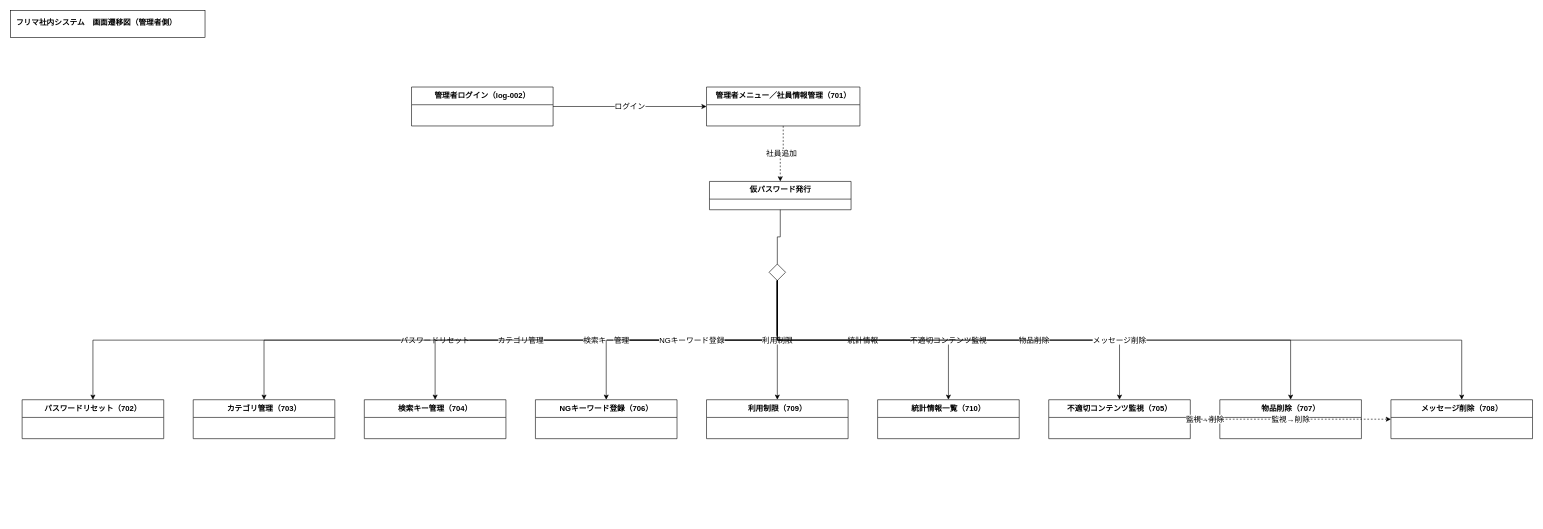
Above: page "管理者側" (2 of 2) of docs/design/画面遷移図_フリマ社内システム.drawio in eiei1358/system (draw.io), before the change. Source tidied: cells renumbered, new cells numbered last; positions are measured from the earlier drawing's top-left corner, leaving out a move shared by most shapes. Both pictures are drawn from the tidied source at 59%, with x=0, y=0 at pixel (10, 10).
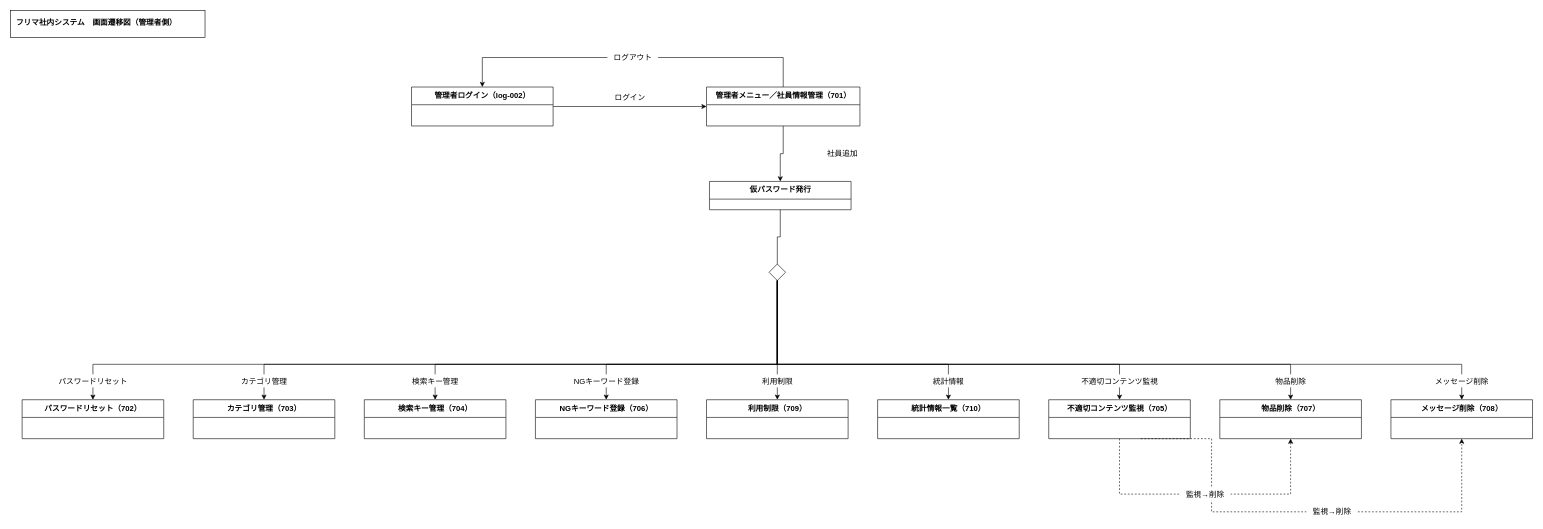
After the change.

Unchanged cells that the change refers to:
```xml
<mxCell id="3" value="管理者ログイン（log-002）" style="swimlane;html=1;startSize=30;fillColor=#ffffff;strokeColor=#000000;fontStyle=1;fontSize=13;horizontal=1;swimlaneFillColor=#ffffff;verticalAlign=top;" parent="1" vertex="1">
  <mxGeometry x="680" y="130" width="240" height="66" as="geometry" />
</mxCell>
<mxCell id="4" value="管理者メニュー／社員情報管理（701）" style="swimlane;html=1;startSize=30;fillColor=#ffffff;strokeColor=#000000;fontStyle=1;fontSize=13;horizontal=1;swimlaneFillColor=#ffffff;verticalAlign=top;" parent="1" vertex="1">
  <mxGeometry x="1180" y="130" width="260" height="66" as="geometry" />
</mxCell>
<mxCell id="5" value="仮パスワード発行" style="swimlane;html=1;startSize=30;fillColor=#ffffff;strokeColor=#000000;fontStyle=1;fontSize=13;horizontal=1;swimlaneFillColor=#ffffff;verticalAlign=top;" parent="1" vertex="1">
  <mxGeometry x="1185" y="290" width="240" height="48" as="geometry" />
</mxCell>
<mxCell id="6" style="rhombus;whiteSpace=wrap;html=1;fillColor=#ffffff;strokeColor=#000000;" parent="1" vertex="1">
  <mxGeometry x="1286" y="430" width="28" height="28" as="geometry" />
</mxCell>
<mxCell id="7" value="パスワードリセット（702）" style="swimlane;html=1;startSize=30;fillColor=#ffffff;strokeColor=#000000;fontStyle=1;fontSize=13;horizontal=1;swimlaneFillColor=#ffffff;verticalAlign=top;" parent="1" vertex="1">
  <mxGeometry x="20" y="660" width="240" height="66" as="geometry" />
</mxCell>
<mxCell id="8" value="カテゴリ管理（703）" style="swimlane;html=1;startSize=30;fillColor=#ffffff;strokeColor=#000000;fontStyle=1;fontSize=13;horizontal=1;swimlaneFillColor=#ffffff;verticalAlign=top;" parent="1" vertex="1">
  <mxGeometry x="310" y="660" width="240" height="66" as="geometry" />
</mxCell>
<mxCell id="9" value="検索キー管理（704）" style="swimlane;html=1;startSize=30;fillColor=#ffffff;strokeColor=#000000;fontStyle=1;fontSize=13;horizontal=1;swimlaneFillColor=#ffffff;verticalAlign=top;" parent="1" vertex="1">
  <mxGeometry x="600" y="660" width="240" height="66" as="geometry" />
</mxCell>
<mxCell id="10" value="NGキーワード登録（706）" style="swimlane;html=1;startSize=30;fillColor=#ffffff;strokeColor=#000000;fontStyle=1;fontSize=13;horizontal=1;swimlaneFillColor=#ffffff;verticalAlign=top;" parent="1" vertex="1">
  <mxGeometry x="890" y="660" width="240" height="66" as="geometry" />
</mxCell>
<mxCell id="11" value="利用制限（709）" style="swimlane;html=1;startSize=30;fillColor=#ffffff;strokeColor=#000000;fontStyle=1;fontSize=13;horizontal=1;swimlaneFillColor=#ffffff;verticalAlign=top;" parent="1" vertex="1">
  <mxGeometry x="1180" y="660" width="240" height="66" as="geometry" />
</mxCell>
<mxCell id="12" value="統計情報一覧（710）" style="swimlane;html=1;startSize=30;fillColor=#ffffff;strokeColor=#000000;fontStyle=1;fontSize=13;horizontal=1;swimlaneFillColor=#ffffff;verticalAlign=top;" parent="1" vertex="1">
  <mxGeometry x="1470" y="660" width="240" height="66" as="geometry" />
</mxCell>
<mxCell id="13" value="不適切コンテンツ監視（705）" style="swimlane;html=1;startSize=30;fillColor=#ffffff;strokeColor=#000000;fontStyle=1;fontSize=13;horizontal=1;swimlaneFillColor=#ffffff;verticalAlign=top;" parent="1" vertex="1">
  <mxGeometry x="1760" y="660" width="240" height="66" as="geometry" />
</mxCell>
<mxCell id="14" value="物品削除（707）" style="swimlane;html=1;startSize=30;fillColor=#ffffff;strokeColor=#000000;fontStyle=1;fontSize=13;horizontal=1;swimlaneFillColor=#ffffff;verticalAlign=top;" parent="1" vertex="1">
  <mxGeometry x="2050" y="660" width="240" height="66" as="geometry" />
</mxCell>
<mxCell id="15" value="メッセージ削除（708）" style="swimlane;html=1;startSize=30;fillColor=#ffffff;strokeColor=#000000;fontStyle=1;fontSize=13;horizontal=1;swimlaneFillColor=#ffffff;verticalAlign=top;" parent="1" vertex="1">
  <mxGeometry x="2340" y="660" width="240" height="66" as="geometry" />
</mxCell>
```

Diff of the diagram source:
```diff
@@
-    <mxCell id="16" value="ログイン" style="edgeStyle=orthogonalEdgeStyle;rounded=0;html=1;endArrow=classic;fontSize=13;fontColor=#000000;labelBackgroundColor=#ffffff;jettySize=20;exitX=1;exitY=0.5;entryX=0;entryY=0.5;" parent="1" edge="1" source="3" target="4">
+    <mxCell id="16" style="edgeStyle=orthogonalEdgeStyle;rounded=0;html=1;fontSize=13;jettySize=20;exitX=1;exitY=0.5;entryX=0;entryY=0.5;endArrow=classic;" parent="1" edge="1" source="3" target="4">
       <mxGeometry relative="1" as="geometry" />
     </mxCell>
-    <mxCell id="17" value="社員追加" style="edgeStyle=orthogonalEdgeStyle;rounded=0;html=1;endArrow=classic;fontSize=13;fontColor=#000000;labelBackgroundColor=#ffffff;jettySize=20;dashed=1;exitX=0.5;exitY=1;entryX=0.5;entryY=0;" parent="1" edge="1" source="4" target="5">
-      <mxGeometry relative="1" as="geometry" />
+    <mxCell id="17" style="edgeStyle=orthogonalEdgeStyle;rounded=0;html=1;fontSize=13;jettySize=20;exitX=0.5;exitY=0;entryX=0.5;entryY=0;endArrow=classic;" parent="1" edge="1" source="4" target="3">
+      <mxGeometry relative="1" as="geometry">
+        <Array as="points">
+          <mxPoint x="1310" y="80" />
+          <mxPoint x="800" y="80" />
+        </Array>
+      </mxGeometry>
     </mxCell>
-    <mxCell id="18" style="edgeStyle=orthogonalEdgeStyle;rounded=0;html=1;endArrow=classic;fontSize=13;fontColor=#000000;labelBackgroundColor=#ffffff;jettySize=20;endArrow=none;exitX=0.5;exitY=1;entryX=0.5;entryY=0;" parent="1" edge="1" source="5" target="6">
+    <mxCell id="18" style="edgeStyle=orthogonalEdgeStyle;rounded=0;html=1;fontSize=13;jettySize=20;exitX=0.5;exitY=1;entryX=0.5;entryY=0;endArrow=classic;" parent="1" edge="1" source="4" target="5">
       <mxGeometry relative="1" as="geometry" />
     </mxCell>
-    <mxCell id="19" value="パスワードリセット" style="edgeStyle=orthogonalEdgeStyle;rounded=0;html=1;endArrow=classic;fontSize=13;fontColor=#000000;labelBackgroundColor=#ffffff;jettySize=20;exitX=0.5;exitY=1;entryX=0.5;entryY=0;" parent="1" edge="1" source="6" target="7">
+    <mxCell id="19" style="edgeStyle=orthogonalEdgeStyle;rounded=0;html=1;fontSize=13;jettySize=20;exitX=0.5;exitY=1;entryX=0.5;entryY=0;endArrow=none;" parent="1" edge="1" source="5" target="6">
       <mxGeometry relative="1" as="geometry" />
     </mxCell>
-    <mxCell id="20" value="カテゴリ管理" style="edgeStyle=orthogonalEdgeStyle;rounded=0;html=1;endArrow=classic;fontSize=13;fontColor=#000000;labelBackgroundColor=#ffffff;jettySize=20;exitX=0.5;exitY=1;entryX=0.5;entryY=0;" parent="1" edge="1" source="6" target="8">
-      <mxGeometry relative="1" as="geometry" />
+    <mxCell id="20" style="edgeStyle=orthogonalEdgeStyle;rounded=0;html=1;fontSize=13;jettySize=20;exitX=0.5;exitY=1;entryX=0.5;entryY=0;endArrow=classic;" parent="1" edge="1" source="6" target="7">
+      <mxGeometry relative="1" as="geometry">
+        <Array as="points">
+          <mxPoint x="1300" y="600" />
+          <mxPoint x="140" y="600" />
+        </Array>
+      </mxGeometry>
     </mxCell>
-    <mxCell id="21" value="検索キー管理" style="edgeStyle=orthogonalEdgeStyle;rounded=0;html=1;endArrow=classic;fontSize=13;fontColor=#000000;labelBackgroundColor=#ffffff;jettySize=20;exitX=0.5;exitY=1;entryX=0.5;entryY=0;" parent="1" edge="1" source="6" target="9">
-      <mxGeometry relative="1" as="geometry" />
+    <mxCell id="21" style="edgeStyle=orthogonalEdgeStyle;rounded=0;html=1;fontSize=13;jettySize=20;exitX=0.5;exitY=1;entryX=0.5;entryY=0;endArrow=classic;" parent="1" edge="1" source="6" target="8">
+      <mxGeometry relative="1" as="geometry">
+        <Array as="points">
+          <mxPoint x="1300" y="600" />
+          <mxPoint x="430" y="600" />
+        </Array>
+      </mxGeometry>
     </mxCell>
-    <mxCell id="22" value="NGキーワード登録" style="edgeStyle=orthogonalEdgeStyle;rounded=0;html=1;endArrow=classic;fontSize=13;fontColor=#000000;labelBackgroundColor=#ffffff;jettySize=20;exitX=0.5;exitY=1;entryX=0.5;entryY=0;" parent="1" edge="1" source="6" target="10">
-      <mxGeometry relative="1" as="geometry" />
+    <mxCell id="22" style="edgeStyle=orthogonalEdgeStyle;rounded=0;html=1;fontSize=13;jettySize=20;exitX=0.5;exitY=1;entryX=0.5;entryY=0;endArrow=classic;" parent="1" edge="1" source="6" target="9">
+      <mxGeometry relative="1" as="geometry">
+        <Array as="points">
+          <mxPoint x="1300" y="600" />
+          <mxPoint x="720" y="600" />
+        </Array>
+      </mxGeometry>
     </mxCell>
-    <mxCell id="23" value="利用制限" style="edgeStyle=orthogonalEdgeStyle;rounded=0;html=1;endArrow=classic;fontSize=13;fontColor=#000000;labelBackgroundColor=#ffffff;jettySize=20;exitX=0.5;exitY=1;entryX=0.5;entryY=0;" parent="1" edge="1" source="6" target="11">
-      <mxGeometry relative="1" as="geometry" />
+    <mxCell id="23" style="edgeStyle=orthogonalEdgeStyle;rounded=0;html=1;fontSize=13;jettySize=20;exitX=0.5;exitY=1;entryX=0.5;entryY=0;endArrow=classic;" parent="1" edge="1" source="6" target="10">
+      <mxGeometry relative="1" as="geometry">
+        <Array as="points">
+          <mxPoint x="1300" y="600" />
+          <mxPoint x="1010" y="600" />
+        </Array>
+      </mxGeometry>
     </mxCell>
-    <mxCell id="24" value="統計情報" style="edgeStyle=orthogonalEdgeStyle;rounded=0;html=1;endArrow=classic;fontSize=13;fontColor=#000000;labelBackgroundColor=#ffffff;jettySize=20;exitX=0.5;exitY=1;entryX=0.5;entryY=0;" parent="1" edge="1" source="6" target="12">
-      <mxGeometry relative="1" as="geometry" />
+    <mxCell id="24" style="edgeStyle=orthogonalEdgeStyle;rounded=0;html=1;fontSize=13;jettySize=20;exitX=0.5;exitY=1;entryX=0.5;entryY=0;endArrow=classic;" parent="1" edge="1" source="6" target="11">
+      <mxGeometry relative="1" as="geometry">
+        <Array as="points">
+          <mxPoint x="1300" y="600" />
+          <mxPoint x="1300" y="600" />
+        </Array>
+      </mxGeometry>
     </mxCell>
-    <mxCell id="25" value="不適切コンテンツ監視" style="edgeStyle=orthogonalEdgeStyle;rounded=0;html=1;endArrow=classic;fontSize=13;fontColor=#000000;labelBackgroundColor=#ffffff;jettySize=20;exitX=0.5;exitY=1;entryX=0.5;entryY=0;" parent="1" edge="1" source="6" target="13">
-      <mxGeometry relative="1" as="geometry" />
+    <mxCell id="25" style="edgeStyle=orthogonalEdgeStyle;rounded=0;html=1;fontSize=13;jettySize=20;exitX=0.5;exitY=1;entryX=0.5;entryY=0;endArrow=classic;" parent="1" edge="1" source="6" target="12">
+      <mxGeometry relative="1" as="geometry">
+        <Array as="points">
+          <mxPoint x="1300" y="600" />
+          <mxPoint x="1590" y="600" />
+        </Array>
+      </mxGeometry>
     </mxCell>
-    <mxCell id="26" value="物品削除" style="edgeStyle=orthogonalEdgeStyle;rounded=0;html=1;endArrow=classic;fontSize=13;fontColor=#000000;labelBackgroundColor=#ffffff;jettySize=20;exitX=0.5;exitY=1;entryX=0.5;entryY=0;" parent="1" edge="1" source="6" target="14">
-      <mxGeometry relative="1" as="geometry" />
+    <mxCell id="26" style="edgeStyle=orthogonalEdgeStyle;rounded=0;html=1;fontSize=13;jettySize=20;exitX=0.5;exitY=1;entryX=0.5;entryY=0;endArrow=classic;" parent="1" edge="1" source="6" target="13">
+      <mxGeometry relative="1" as="geometry">
+        <Array as="points">
+          <mxPoint x="1300" y="600" />
+          <mxPoint x="1880" y="600" />
+        </Array>
+      </mxGeometry>
     </mxCell>
-    <mxCell id="27" value="メッセージ削除" style="edgeStyle=orthogonalEdgeStyle;rounded=0;html=1;endArrow=classic;fontSize=13;fontColor=#000000;labelBackgroundColor=#ffffff;jettySize=20;exitX=0.5;exitY=1;entryX=0.5;entryY=0;" parent="1" edge="1" source="6" target="15">
-      <mxGeometry relative="1" as="geometry" />
+    <mxCell id="27" style="edgeStyle=orthogonalEdgeStyle;rounded=0;html=1;fontSize=13;jettySize=20;exitX=0.5;exitY=1;entryX=0.5;entryY=0;endArrow=classic;" parent="1" edge="1" source="6" target="14">
+      <mxGeometry relative="1" as="geometry">
+        <Array as="points">
+          <mxPoint x="1300" y="600" />
+          <mxPoint x="2170" y="600" />
+        </Array>
+      </mxGeometry>
     </mxCell>
-    <mxCell id="28" value="監視→削除" style="edgeStyle=orthogonalEdgeStyle;rounded=0;html=1;endArrow=classic;fontSize=13;fontColor=#000000;labelBackgroundColor=#ffffff;jettySize=20;dashed=1;exitX=1;exitY=0.5;entryX=0;entryY=0.5;" parent="1" edge="1" source="13" target="14">
-      <mxGeometry relative="1" as="geometry" />
+    <mxCell id="28" style="edgeStyle=orthogonalEdgeStyle;rounded=0;html=1;fontSize=13;jettySize=20;exitX=0.5;exitY=1;entryX=0.5;entryY=0;endArrow=classic;" parent="1" edge="1" source="6" target="15">
+      <mxGeometry relative="1" as="geometry">
+        <Array as="points">
+          <mxPoint x="1300" y="600" />
+          <mxPoint x="2460" y="600" />
+        </Array>
+      </mxGeometry>
     </mxCell>
-    <mxCell id="29" value="監視→削除" style="edgeStyle=orthogonalEdgeStyle;rounded=0;html=1;endArrow=classic;fontSize=13;fontColor=#000000;labelBackgroundColor=#ffffff;jettySize=20;dashed=1;exitX=1;exitY=0.5;entryX=0;entryY=0.5;" parent="1" edge="1" source="13" target="15">
-      <mxGeometry relative="1" as="geometry" />
+    <mxCell id="29" style="edgeStyle=orthogonalEdgeStyle;rounded=0;html=1;fontSize=13;jettySize=20;exitX=0.5;exitY=1;entryX=0.5;entryY=1;endArrow=classic;dashed=1;" parent="1" edge="1" source="13" target="14">
+      <mxGeometry relative="1" as="geometry">
+        <Array as="points">
+          <mxPoint x="1880" y="820" />
+          <mxPoint x="2170" y="820" />
+        </Array>
+      </mxGeometry>
     </mxCell>
+    <mxCell id="30" style="edgeStyle=orthogonalEdgeStyle;rounded=0;html=1;fontSize=13;jettySize=20;exitX=0.65;exitY=1;entryX=0.5;entryY=1;endArrow=classic;dashed=1;" parent="1" edge="1" source="13" target="15">
+      <mxGeometry relative="1" as="geometry">
+        <Array as="points">
+          <mxPoint x="2036" y="850" />
+          <mxPoint x="2460" y="850" />
+        </Array>
+      </mxGeometry>
+    </mxCell>
+    <mxCell id="31" value="ログイン" style="text;html=1;align=center;verticalAlign=middle;fillColor=#ffffff;strokeColor=none;fontSize=13;spacing=2;" parent="1" vertex="1">
+      <mxGeometry x="1014" y="137" width="72" height="22" as="geometry" />
+    </mxCell>
+    <mxCell id="32" value="ログアウト" style="text;html=1;align=center;verticalAlign=middle;fillColor=#ffffff;strokeColor=none;fontSize=13;spacing=2;" parent="1" vertex="1">
+      <mxGeometry x="1012" y="69" width="86" height="22" as="geometry" />
+    </mxCell>
+    <mxCell id="33" value="社員追加" style="text;html=1;align=center;verticalAlign=middle;fillColor=#ffffff;strokeColor=none;fontSize=13;spacing=2;" parent="1" vertex="1">
+      <mxGeometry x="1374" y="232" width="72" height="22" as="geometry" />
+    </mxCell>
+    <mxCell id="34" value="パスワードリセット" style="text;html=1;align=center;verticalAlign=middle;fillColor=#ffffff;strokeColor=none;fontSize=13;spacing=2;" parent="1" vertex="1">
+      <mxGeometry x="69" y="617" width="142" height="22" as="geometry" />
+    </mxCell>
+    <mxCell id="35" value="カテゴリ管理" style="text;html=1;align=center;verticalAlign=middle;fillColor=#ffffff;strokeColor=none;fontSize=13;spacing=2;" parent="1" vertex="1">
+      <mxGeometry x="380" y="617" width="100" height="22" as="geometry" />
+    </mxCell>
+    <mxCell id="36" value="検索キー管理" style="text;html=1;align=center;verticalAlign=middle;fillColor=#ffffff;strokeColor=none;fontSize=13;spacing=2;" parent="1" vertex="1">
+      <mxGeometry x="670" y="617" width="100" height="22" as="geometry" />
+    </mxCell>
+    <mxCell id="37" value="NGキーワード登録" style="text;html=1;align=center;verticalAlign=middle;fillColor=#ffffff;strokeColor=none;fontSize=13;spacing=2;" parent="1" vertex="1">
+      <mxGeometry x="939" y="617" width="142" height="22" as="geometry" />
+    </mxCell>
+    <mxCell id="38" value="利用制限" style="text;html=1;align=center;verticalAlign=middle;fillColor=#ffffff;strokeColor=none;fontSize=13;spacing=2;" parent="1" vertex="1">
+      <mxGeometry x="1264" y="617" width="72" height="22" as="geometry" />
+    </mxCell>
+    <mxCell id="39" value="統計情報" style="text;html=1;align=center;verticalAlign=middle;fillColor=#ffffff;strokeColor=none;fontSize=13;spacing=2;" parent="1" vertex="1">
+      <mxGeometry x="1554" y="617" width="72" height="22" as="geometry" />
+    </mxCell>
+    <mxCell id="40" value="不適切コンテンツ監視" style="text;html=1;align=center;verticalAlign=middle;fillColor=#ffffff;strokeColor=none;fontSize=13;spacing=2;" parent="1" vertex="1">
+      <mxGeometry x="1802" y="617" width="156" height="22" as="geometry" />
+    </mxCell>
+    <mxCell id="41" value="物品削除" style="text;html=1;align=center;verticalAlign=middle;fillColor=#ffffff;strokeColor=none;fontSize=13;spacing=2;" parent="1" vertex="1">
+      <mxGeometry x="2134" y="617" width="72" height="22" as="geometry" />
+    </mxCell>
+    <mxCell id="42" value="メッセージ削除" style="text;html=1;align=center;verticalAlign=middle;fillColor=#ffffff;strokeColor=none;fontSize=13;spacing=2;" parent="1" vertex="1">
+      <mxGeometry x="2403" y="617" width="114" height="22" as="geometry" />
+    </mxCell>
+    <mxCell id="43" value="監視→削除" style="text;html=1;align=center;verticalAlign=middle;fillColor=#ffffff;strokeColor=none;fontSize=13;spacing=2;" parent="1" vertex="1">
+      <mxGeometry x="1982" y="809" width="86" height="22" as="geometry" />
+    </mxCell>
+    <mxCell id="44" value="監視→削除" style="text;html=1;align=center;verticalAlign=middle;fillColor=#ffffff;strokeColor=none;fontSize=13;spacing=2;" parent="1" vertex="1">
+      <mxGeometry x="2197" y="839" width="86" height="22" as="geometry" />
+    </mxCell>
```
